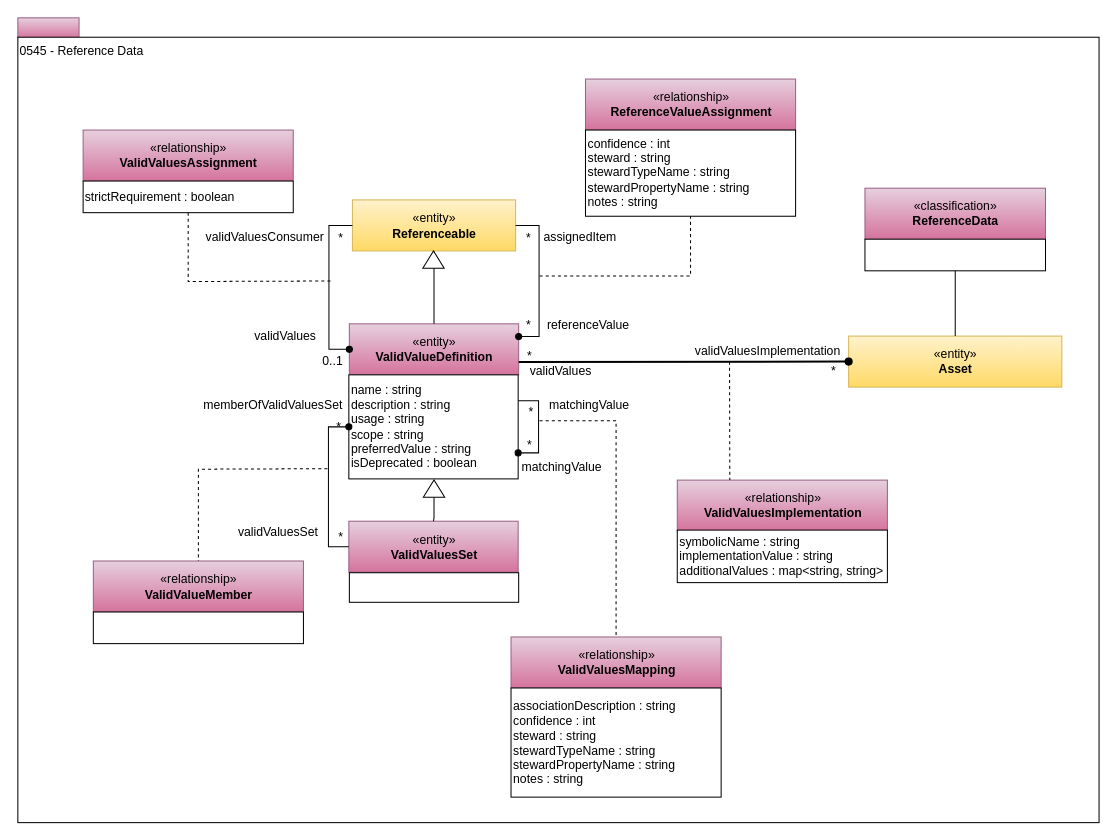
Above: page "0545-Reference-Data" (20 of 28) of site/docs/types/5/area-5-models-and-schema.drawio in odpi/egeria-docs (draw.io), before the change. Source tidied: cells renumbered, new cells numbered last; positions are measured from the earlier drawing's top-left corner, leaving out a move shared by most shapes. Both pictures are drawn from the tidied source at 102%, with x=0, y=0 at pixel (17, 17).
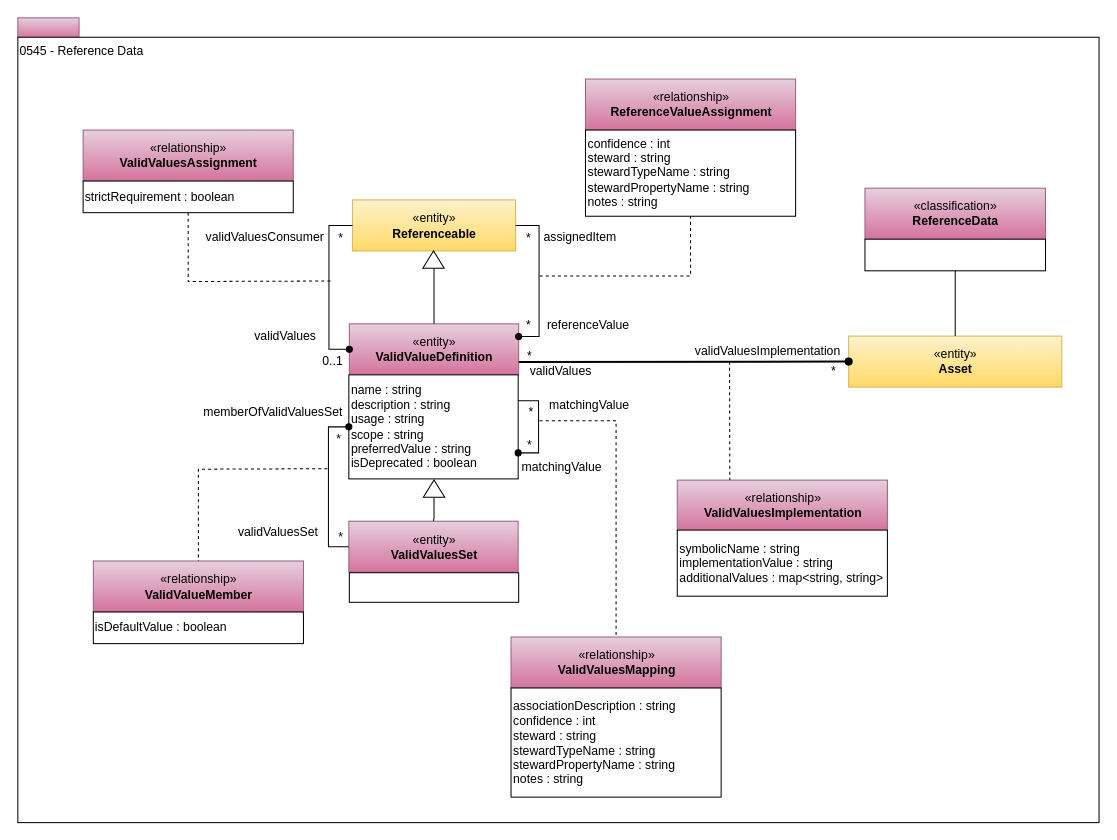
The same diagram, later.

The edit, as a diff of the source:
```diff
@@
     <mxCell id="12" value="symbolicName : string&lt;br&gt;implementationValue : string&lt;br&gt;additionalValues : map&amp;lt;string, string&amp;gt;" style="rounded=0;whiteSpace=wrap;html=1;strokeColor=#000000;gradientColor=#ffffff;align=left;" parent="1" vertex="1">
-      <mxGeometry x="646.5" y="502.2" width="206" height="51.5" as="geometry" />
+      <mxGeometry x="646.5" y="502.2" width="206" height="64.8" as="geometry" />
     </mxCell>
@@
     <mxCell id="27" value="memberOfValidValuesSet" style="text;html=1;strokeColor=none;fillColor=none;align=center;verticalAlign=middle;whiteSpace=wrap;rounded=0;" parent="1" vertex="1">
-      <mxGeometry x="204" y="370" width="93" height="20" as="geometry" />
+      <mxGeometry x="204" y="377" width="93" height="20" as="geometry" />
     </mxCell>
@@
     <mxCell id="31" value="*" style="text;html=1;strokeColor=none;fillColor=none;align=center;verticalAlign=middle;whiteSpace=wrap;rounded=0;" parent="1" vertex="1">
-      <mxGeometry x="294.5" y="392" width="40" height="20" as="geometry" />
+      <mxGeometry x="294.5" y="403" width="40" height="20" as="geometry" />
     </mxCell>
@@
-    <mxCell id="37" style="rounded=0;whiteSpace=wrap;html=1;strokeColor=#000000;gradientColor=#ffffff;align=left;" parent="1" vertex="1">
+    <mxCell id="37" value="isDefaultValue : boolean" style="rounded=0;whiteSpace=wrap;html=1;strokeColor=#000000;gradientColor=#ffffff;align=left;" parent="1" vertex="1">
       <mxGeometry x="74" y="582.5" width="206" height="31" as="geometry" />
     </mxCell>
```
